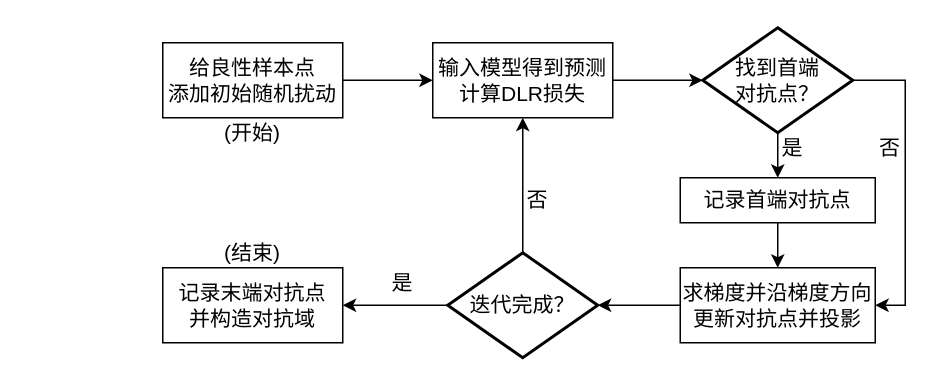
The draw.io diagram 对抗域.drawio in Zhou-AY/hello-world, before the edit. Source tidied: cells renumbered, new cells numbered last; positions are measured from the earlier drawing's top-left corner, leaving out a move shared by most shapes. Both pictures are drawn from the tidied source at 150%, with x=0, y=0 at pixel (162, 27).
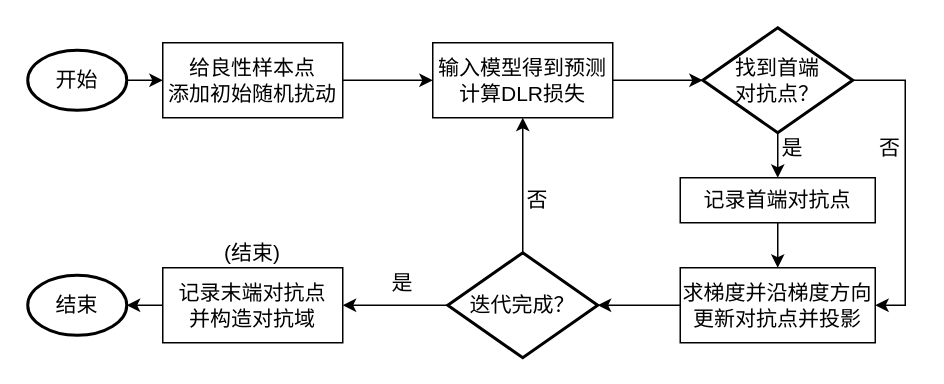
After the change.

Commit message:
更新对抗域.drawio

Unchanged cells that the change refers to:
```xml
<mxCell id="3" value="&lt;font style=&quot;font-size: 14px;&quot;&gt;给良性样本点&lt;br&gt;添加初始随机扰动&lt;br&gt;&lt;/font&gt;" style="rounded=0;whiteSpace=wrap;html=1;" parent="1" vertex="1">
  <mxGeometry y="10" width="120" height="50" as="geometry" />
</mxCell>
<mxCell id="14" value="&lt;font style=&quot;font-size: 14px;&quot;&gt;记录末端对抗点&lt;br&gt;并构造对抗域&lt;br&gt;&lt;/font&gt;" style="rounded=0;whiteSpace=wrap;html=1;" parent="1" vertex="1">
  <mxGeometry y="160" width="120" height="50" as="geometry" />
</mxCell>
```

Change to the diagram source:
```diff
@@
+    <mxCell id="23" style="edgeStyle=orthogonalEdgeStyle;rounded=0;jettySize=auto;html=1;entryX=1;entryY=0.5;entryDx=0;entryDy=0;entryPerimeter=0;" parent="1" edge="1" source="14" target="26">
+      <mxGeometry relative="1" as="geometry" />
+    </mxCell>
@@
-    <mxCell id="21" value="&lt;font style=&quot;font-size: 14px;&quot;&gt;(开始)&lt;/font&gt;" style="text;html=1;strokeColor=none;fillColor=none;align=center;verticalAlign=middle;whiteSpace=wrap;rounded=0;" parent="1" vertex="1">
-      <mxGeometry x="40" y="60" width="40" height="20" as="geometry" />
-    </mxCell>
@@
+    <mxCell id="24" style="edgeStyle=orthogonalEdgeStyle;rounded=0;jettySize=auto;html=1;exitX=1;exitY=0.5;exitDx=0;exitDy=0;exitPerimeter=0;entryX=0;entryY=0.5;entryDx=0;entryDy=0;" parent="1" edge="1" source="25" target="3">
+      <mxGeometry relative="1" as="geometry" />
+    </mxCell>
+    <mxCell id="25" value="&lt;font style=&quot;font-size: 14px;&quot;&gt;开始&lt;/font&gt;" style="strokeWidth=2;html=1;shape=mxgraph.flowchart.start_1;whiteSpace=wrap;" parent="1" vertex="1">
+      <mxGeometry x="-90" y="15" width="66" height="40" as="geometry" />
+    </mxCell>
+    <mxCell id="26" value="&lt;font style=&quot;font-size: 14px;&quot;&gt;结束&lt;/font&gt;" style="strokeWidth=2;html=1;shape=mxgraph.flowchart.start_1;whiteSpace=wrap;" parent="1" vertex="1">
+      <mxGeometry x="-90" y="165" width="66" height="40" as="geometry" />
+    </mxCell>
```
